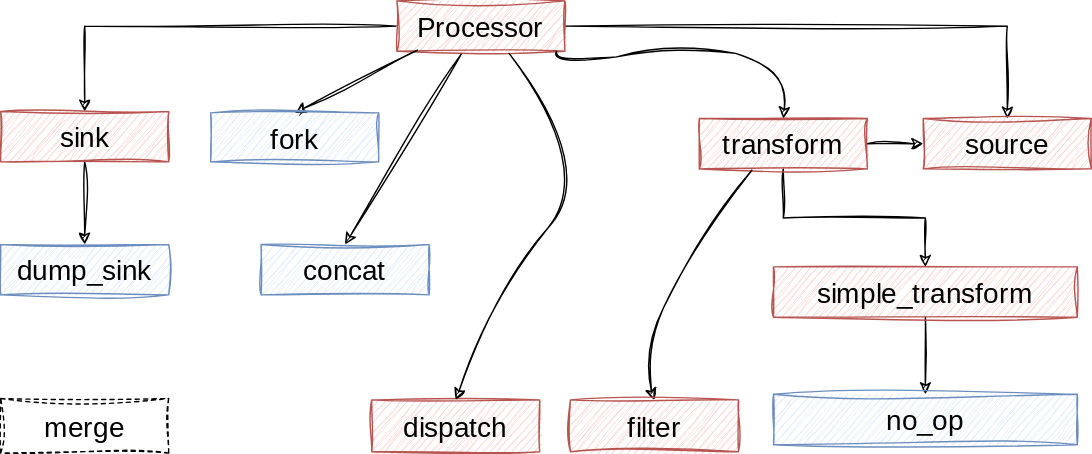
Before: nodes.svg, a diagram exported from draw.io (chloro-pn/draw_io_repo). Source tidied: cells renumbered, new cells last; positions are measured from the earlier drawing's top-left corner, leaving out a move shared by most shapes. Its diagram source:
```xml
<mxGraphModel>
  <root>
    <mxCell id="0" />
    <mxCell id="1" parent="0" />
    <mxCell id="2" style="edgeStyle=orthogonalEdgeStyle;rounded=0;sketch=1;hachureGap=4;jiggle=2;curveFitting=1;jettySize=auto;html=1;fontFamily=Architects Daughter;fontSource=https%3A%2F%2Ffonts.googleapis.com%2Fcss%3Ffamily%3DArchitects%2BDaughter;fontSize=16;" parent="1" edge="1" source="4" target="9">
      <mxGeometry relative="1" as="geometry" />
    </mxCell>
    <mxCell id="3" style="edgeStyle=orthogonalEdgeStyle;rounded=0;sketch=1;hachureGap=4;jiggle=2;curveFitting=1;jettySize=auto;html=1;fontFamily=Architects Daughter;fontSource=https%3A%2F%2Ffonts.googleapis.com%2Fcss%3Ffamily%3DArchitects%2BDaughter;fontSize=16;" parent="1" edge="1" source="4" target="10">
      <mxGeometry relative="1" as="geometry" />
    </mxCell>
    <mxCell id="4" value="Processor" style="rounded=0;whiteSpace=wrap;html=1;sketch=1;hachureGap=4;jiggle=2;curveFitting=1;fontFamily=Architects Daughter;fontSource=https%3A%2F%2Ffonts.googleapis.com%2Fcss%3Ffamily%3DArchitects%2BDaughter;fontSize=20;fillColor=#f8cecc;strokeColor=#b85450;" parent="1" vertex="1">
      <mxGeometry x="283" width="120" height="36" as="geometry" />
    </mxCell>
    <mxCell id="5" style="edgeStyle=orthogonalEdgeStyle;rounded=0;sketch=1;hachureGap=4;jiggle=2;curveFitting=1;jettySize=auto;html=1;fontFamily=Architects Daughter;fontSource=https%3A%2F%2Ffonts.googleapis.com%2Fcss%3Ffamily%3DArchitects%2BDaughter;fontSize=16;" parent="1" edge="1" source="7" target="12">
      <mxGeometry relative="1" as="geometry" />
    </mxCell>
    <mxCell id="6" style="edgeStyle=orthogonalEdgeStyle;rounded=0;sketch=1;hachureGap=4;jiggle=2;curveFitting=1;jettySize=auto;html=1;fontFamily=Architects Daughter;fontSource=https%3A%2F%2Ffonts.googleapis.com%2Fcss%3Ffamily%3DArchitects%2BDaughter;fontSize=16;" parent="1" edge="1" source="7" target="10">
      <mxGeometry relative="1" as="geometry" />
    </mxCell>
    <mxCell id="7" value="transform" style="rounded=0;whiteSpace=wrap;html=1;sketch=1;hachureGap=4;jiggle=2;curveFitting=1;fontFamily=Architects Daughter;fontSource=https%3A%2F%2Ffonts.googleapis.com%2Fcss%3Ffamily%3DArchitects%2BDaughter;fontSize=20;fillColor=#f8cecc;strokeColor=#b85450;" parent="1" vertex="1">
      <mxGeometry x="499" y="84" width="120" height="36" as="geometry" />
    </mxCell>
    <mxCell id="8" style="edgeStyle=orthogonalEdgeStyle;rounded=0;sketch=1;hachureGap=4;jiggle=2;curveFitting=1;jettySize=auto;html=1;fontFamily=Architects Daughter;fontSource=https%3A%2F%2Ffonts.googleapis.com%2Fcss%3Ffamily%3DArchitects%2BDaughter;fontSize=16;" parent="1" edge="1" source="9" target="13">
      <mxGeometry relative="1" as="geometry" />
    </mxCell>
    <mxCell id="9" value="sink" style="rounded=0;whiteSpace=wrap;html=1;sketch=1;hachureGap=4;jiggle=2;curveFitting=1;fontFamily=Architects Daughter;fontSource=https%3A%2F%2Ffonts.googleapis.com%2Fcss%3Ffamily%3DArchitects%2BDaughter;fontSize=20;fillColor=#f8cecc;strokeColor=#b85450;" parent="1" vertex="1">
      <mxGeometry y="79" width="120" height="36" as="geometry" />
    </mxCell>
    <mxCell id="10" value="source" style="rounded=0;whiteSpace=wrap;html=1;sketch=1;hachureGap=4;jiggle=2;curveFitting=1;fontFamily=Architects Daughter;fontSource=https%3A%2F%2Ffonts.googleapis.com%2Fcss%3Ffamily%3DArchitects%2BDaughter;fontSize=20;fillColor=#f8cecc;strokeColor=#b85450;" parent="1" vertex="1">
      <mxGeometry x="659" y="84" width="120" height="36" as="geometry" />
    </mxCell>
    <mxCell id="11" style="edgeStyle=orthogonalEdgeStyle;rounded=0;sketch=1;hachureGap=4;jiggle=2;curveFitting=1;jettySize=auto;html=1;fontFamily=Architects Daughter;fontSource=https%3A%2F%2Ffonts.googleapis.com%2Fcss%3Ffamily%3DArchitects%2BDaughter;fontSize=16;" parent="1" edge="1" source="12" target="14">
      <mxGeometry relative="1" as="geometry" />
    </mxCell>
    <mxCell id="12" value="simple_transform" style="rounded=0;whiteSpace=wrap;html=1;sketch=1;hachureGap=4;jiggle=2;curveFitting=1;fontFamily=Architects Daughter;fontSource=https%3A%2F%2Ffonts.googleapis.com%2Fcss%3Ffamily%3DArchitects%2BDaughter;fontSize=20;fillColor=#f8cecc;strokeColor=#b85450;" parent="1" vertex="1">
      <mxGeometry x="552" y="190" width="217" height="36" as="geometry" />
    </mxCell>
    <mxCell id="13" value="dump_sink" style="rounded=0;whiteSpace=wrap;html=1;sketch=1;hachureGap=4;jiggle=2;curveFitting=1;fontFamily=Architects Daughter;fontSource=https%3A%2F%2Ffonts.googleapis.com%2Fcss%3Ffamily%3DArchitects%2BDaughter;fontSize=20;fillColor=#dae8fc;strokeColor=#6c8ebf;" parent="1" vertex="1">
      <mxGeometry y="174" width="120" height="36" as="geometry" />
    </mxCell>
    <mxCell id="14" value="no_op" style="rounded=0;whiteSpace=wrap;html=1;sketch=1;hachureGap=4;jiggle=2;curveFitting=1;fontFamily=Architects Daughter;fontSource=https%3A%2F%2Ffonts.googleapis.com%2Fcss%3Ffamily%3DArchitects%2BDaughter;fontSize=20;fillColor=#dae8fc;strokeColor=#6c8ebf;" parent="1" vertex="1">
      <mxGeometry x="552" y="281" width="217" height="36" as="geometry" />
    </mxCell>
    <mxCell id="15" style="endArrow=classic;html=1;rounded=0;sketch=1;hachureGap=4;jiggle=2;curveFitting=1;fontFamily=Architects Daughter;fontSource=https%3A%2F%2Ffonts.googleapis.com%2Fcss%3Ffamily%3DArchitects%2BDaughter;fontSize=16;exitX=0.122;exitY=0.979;exitDx=0;exitDy=0;exitPerimeter=0;entryX=0.5;entryY=0;entryDx=0;entryDy=0;" parent="1" edge="1" source="4" target="16">
      <mxGeometry relative="1" as="geometry" />
    </mxCell>
    <mxCell id="16" value="fork" style="rounded=0;whiteSpace=wrap;html=1;sketch=1;hachureGap=4;jiggle=2;curveFitting=1;fontFamily=Architects Daughter;fontSource=https%3A%2F%2Ffonts.googleapis.com%2Fcss%3Ffamily%3DArchitects%2BDaughter;fontSize=20;fillColor=#dae8fc;strokeColor=#6c8ebf;" parent="1" vertex="1">
      <mxGeometry x="150" y="80" width="120" height="35" as="geometry" />
    </mxCell>
    <mxCell id="17" style="curved=1;endArrow=classic;html=1;rounded=0;sketch=1;hachureGap=4;jiggle=2;curveFitting=1;fontFamily=Architects Daughter;fontSource=https%3A%2F%2Ffonts.googleapis.com%2Fcss%3Ffamily%3DArchitects%2BDaughter;fontSize=16;entryX=0.5;entryY=0;entryDx=0;entryDy=0;" parent="1" edge="1" target="7">
      <mxGeometry relative="1" as="geometry">
        <mxPoint x="397" y="36" as="sourcePoint" />
        <Array as="points">
          <mxPoint x="393" y="49" />
          <mxPoint x="487" y="31" />
          <mxPoint x="563" y="44" />
        </Array>
      </mxGeometry>
    </mxCell>
    <mxCell id="18" style="endArrow=classic;html=1;rounded=0;sketch=1;hachureGap=4;jiggle=2;curveFitting=1;fontFamily=Architects Daughter;fontSource=https%3A%2F%2Ffonts.googleapis.com%2Fcss%3Ffamily%3DArchitects%2BDaughter;fontSize=16;exitX=0.383;exitY=1.056;exitDx=0;exitDy=0;exitPerimeter=0;entryX=0.5;entryY=0;entryDx=0;entryDy=0;" parent="1" edge="1" source="4" target="19">
      <mxGeometry relative="1" as="geometry" />
    </mxCell>
    <mxCell id="19" value="concat" style="rounded=0;whiteSpace=wrap;html=1;sketch=1;hachureGap=4;jiggle=2;curveFitting=1;fontFamily=Architects Daughter;fontSource=https%3A%2F%2Ffonts.googleapis.com%2Fcss%3Ffamily%3DArchitects%2BDaughter;fontSize=20;fillColor=#dae8fc;strokeColor=#6c8ebf;" parent="1" vertex="1">
      <mxGeometry x="186" y="174" width="120" height="36" as="geometry" />
    </mxCell>
    <mxCell id="20" value="dispatch" style="rounded=0;whiteSpace=wrap;html=1;sketch=1;hachureGap=4;jiggle=2;curveFitting=1;fontFamily=Architects Daughter;fontSource=https%3A%2F%2Ffonts.googleapis.com%2Fcss%3Ffamily%3DArchitects%2BDaughter;fontSize=20;fillColor=#f8cecc;strokeColor=#b85450;" parent="1" vertex="1">
      <mxGeometry x="265" y="285" width="120" height="37" as="geometry" />
    </mxCell>
    <mxCell id="21" style="curved=1;endArrow=classic;html=1;rounded=0;sketch=1;hachureGap=4;jiggle=2;curveFitting=1;fontFamily=Architects Daughter;fontSource=https%3A%2F%2Ffonts.googleapis.com%2Fcss%3Ffamily%3DArchitects%2BDaughter;fontSize=16;exitX=0.313;exitY=1.026;exitDx=0;exitDy=0;exitPerimeter=0;entryX=0.5;entryY=0;entryDx=0;entryDy=0;" parent="1" edge="1" source="7" target="23">
      <mxGeometry relative="1" as="geometry">
        <Array as="points">
          <mxPoint x="489" y="178" />
          <mxPoint x="458" y="260" />
        </Array>
      </mxGeometry>
    </mxCell>
    <mxCell id="22" style="curved=1;endArrow=classic;html=1;rounded=0;sketch=1;hachureGap=4;jiggle=2;curveFitting=1;fontFamily=Architects Daughter;fontSource=https%3A%2F%2Ffonts.googleapis.com%2Fcss%3Ffamily%3DArchitects%2BDaughter;fontSize=16;exitX=0.668;exitY=1.042;exitDx=0;exitDy=0;exitPerimeter=0;entryX=0.5;entryY=0;entryDx=0;entryDy=0;" parent="1" edge="1" source="4" target="20">
      <mxGeometry relative="1" as="geometry">
        <Array as="points">
          <mxPoint x="426" y="120" />
          <mxPoint x="356" y="204" />
        </Array>
      </mxGeometry>
    </mxCell>
    <mxCell id="23" value="filter" style="rounded=0;whiteSpace=wrap;html=1;sketch=1;hachureGap=4;jiggle=2;curveFitting=1;fontFamily=Architects Daughter;fontSource=https%3A%2F%2Ffonts.googleapis.com%2Fcss%3Ffamily%3DArchitects%2BDaughter;fontSize=20;fillColor=#f8cecc;strokeColor=#b85450;" parent="1" vertex="1">
      <mxGeometry x="407" y="285" width="120" height="37" as="geometry" />
    </mxCell>
    <mxCell id="24" value="merge" style="rounded=0;whiteSpace=wrap;html=1;sketch=1;hachureGap=4;jiggle=2;curveFitting=1;fontFamily=Architects Daughter;fontSource=https%3A%2F%2Ffonts.googleapis.com%2Fcss%3Ffamily%3DArchitects%2BDaughter;fontSize=20;dashed=1;" parent="1" vertex="1">
      <mxGeometry y="284" width="120" height="39" as="geometry" />
    </mxCell>
  </root>
</mxGraphModel>
```
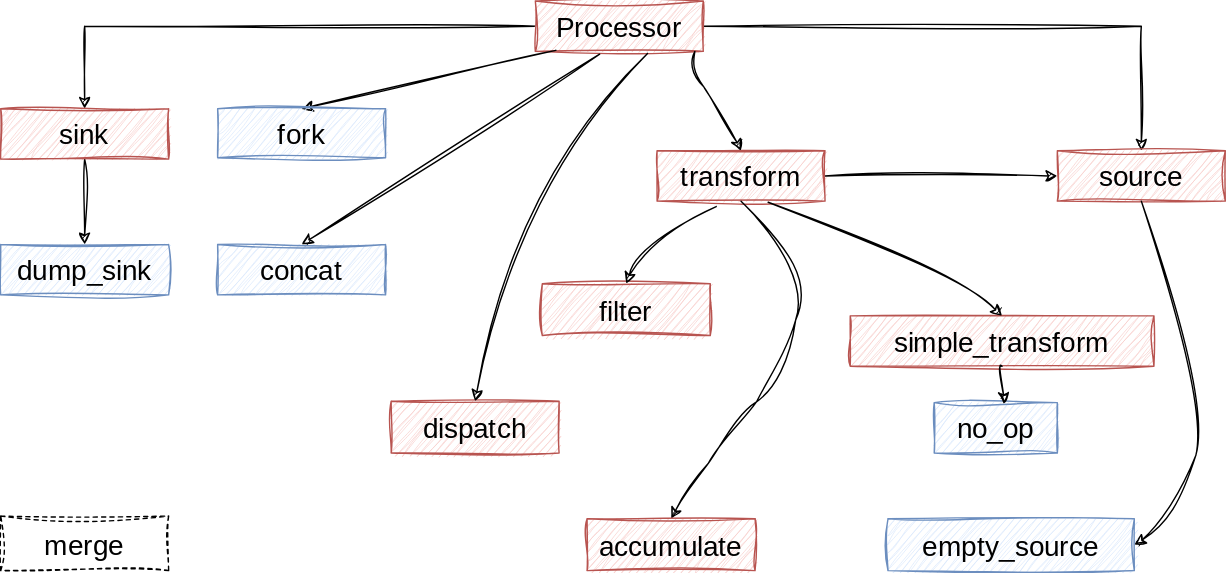
After the commit.

The edit, as a diff of the source:
```diff
@@ -11,49 +11,42 @@
     <mxCell id="4" value="Processor" style="rounded=0;whiteSpace=wrap;html=1;sketch=1;hachureGap=4;jiggle=2;curveFitting=1;fontFamily=Architects Daughter;fontSource=https%3A%2F%2Ffonts.googleapis.com%2Fcss%3Ffamily%3DArchitects%2BDaughter;fontSize=20;fillColor=#f8cecc;strokeColor=#b85450;" parent="1" vertex="1">
       <mxGeometry x="283" width="120" height="36" as="geometry" />
     </mxCell>
-    <mxCell id="5" style="edgeStyle=orthogonalEdgeStyle;rounded=0;sketch=1;hachureGap=4;jiggle=2;curveFitting=1;jettySize=auto;html=1;fontFamily=Architects Daughter;fontSource=https%3A%2F%2Ffonts.googleapis.com%2Fcss%3Ffamily%3DArchitects%2BDaughter;fontSize=16;" parent="1" edge="1" source="7" target="12">
-      <mxGeometry relative="1" as="geometry" />
-    </mxCell>
     <mxCell id="6" style="edgeStyle=orthogonalEdgeStyle;rounded=0;sketch=1;hachureGap=4;jiggle=2;curveFitting=1;jettySize=auto;html=1;fontFamily=Architects Daughter;fontSource=https%3A%2F%2Ffonts.googleapis.com%2Fcss%3Ffamily%3DArchitects%2BDaughter;fontSize=16;" parent="1" edge="1" source="7" target="10">
       <mxGeometry relative="1" as="geometry" />
     </mxCell>
     <mxCell id="7" value="transform" style="rounded=0;whiteSpace=wrap;html=1;sketch=1;hachureGap=4;jiggle=2;curveFitting=1;fontFamily=Architects Daughter;fontSource=https%3A%2F%2Ffonts.googleapis.com%2Fcss%3Ffamily%3DArchitects%2BDaughter;fontSize=20;fillColor=#f8cecc;strokeColor=#b85450;" parent="1" vertex="1">
-      <mxGeometry x="499" y="84" width="120" height="36" as="geometry" />
+      <mxGeometry x="370" y="107" width="120" height="36" as="geometry" />
     </mxCell>
     <mxCell id="8" style="edgeStyle=orthogonalEdgeStyle;rounded=0;sketch=1;hachureGap=4;jiggle=2;curveFitting=1;jettySize=auto;html=1;fontFamily=Architects Daughter;fontSource=https%3A%2F%2Ffonts.googleapis.com%2Fcss%3Ffamily%3DArchitects%2BDaughter;fontSize=16;" parent="1" edge="1" source="9" target="13">
       <mxGeometry relative="1" as="geometry" />
     </mxCell>
     <mxCell id="9" value="sink" style="rounded=0;whiteSpace=wrap;html=1;sketch=1;hachureGap=4;jiggle=2;curveFitting=1;fontFamily=Architects Daughter;fontSource=https%3A%2F%2Ffonts.googleapis.com%2Fcss%3Ffamily%3DArchitects%2BDaughter;fontSize=20;fillColor=#f8cecc;strokeColor=#b85450;" parent="1" vertex="1">
-      <mxGeometry y="79" width="120" height="36" as="geometry" />
+      <mxGeometry x="-99" y="77" width="120" height="36" as="geometry" />
     </mxCell>
     <mxCell id="10" value="source" style="rounded=0;whiteSpace=wrap;html=1;sketch=1;hachureGap=4;jiggle=2;curveFitting=1;fontFamily=Architects Daughter;fontSource=https%3A%2F%2Ffonts.googleapis.com%2Fcss%3Ffamily%3DArchitects%2BDaughter;fontSize=20;fillColor=#f8cecc;strokeColor=#b85450;" parent="1" vertex="1">
-      <mxGeometry x="659" y="84" width="120" height="36" as="geometry" />
+      <mxGeometry x="656" y="107" width="120" height="36" as="geometry" />
     </mxCell>
-    <mxCell id="11" style="edgeStyle=orthogonalEdgeStyle;rounded=0;sketch=1;hachureGap=4;jiggle=2;curveFitting=1;jettySize=auto;html=1;fontFamily=Architects Daughter;fontSource=https%3A%2F%2Ffonts.googleapis.com%2Fcss%3Ffamily%3DArchitects%2BDaughter;fontSize=16;" parent="1" edge="1" source="12" target="14">
-      <mxGeometry relative="1" as="geometry" />
-    </mxCell>
     <mxCell id="12" value="simple_transform" style="rounded=0;whiteSpace=wrap;html=1;sketch=1;hachureGap=4;jiggle=2;curveFitting=1;fontFamily=Architects Daughter;fontSource=https%3A%2F%2Ffonts.googleapis.com%2Fcss%3Ffamily%3DArchitects%2BDaughter;fontSize=20;fillColor=#f8cecc;strokeColor=#b85450;" parent="1" vertex="1">
-      <mxGeometry x="552" y="190" width="217" height="36" as="geometry" />
+      <mxGeometry x="508" y="225" width="217" height="36" as="geometry" />
     </mxCell>
     <mxCell id="13" value="dump_sink" style="rounded=0;whiteSpace=wrap;html=1;sketch=1;hachureGap=4;jiggle=2;curveFitting=1;fontFamily=Architects Daughter;fontSource=https%3A%2F%2Ffonts.googleapis.com%2Fcss%3Ffamily%3DArchitects%2BDaughter;fontSize=20;fillColor=#dae8fc;strokeColor=#6c8ebf;" parent="1" vertex="1">
-      <mxGeometry y="174" width="120" height="36" as="geometry" />
+      <mxGeometry x="-99" y="174" width="120" height="36" as="geometry" />
     </mxCell>
     <mxCell id="14" value="no_op" style="rounded=0;whiteSpace=wrap;html=1;sketch=1;hachureGap=4;jiggle=2;curveFitting=1;fontFamily=Architects Daughter;fontSource=https%3A%2F%2Ffonts.googleapis.com%2Fcss%3Ffamily%3DArchitects%2BDaughter;fontSize=20;fillColor=#dae8fc;strokeColor=#6c8ebf;" parent="1" vertex="1">
-      <mxGeometry x="552" y="281" width="217" height="36" as="geometry" />
+      <mxGeometry x="568" y="287" width="88" height="36" as="geometry" />
     </mxCell>
     <mxCell id="15" style="endArrow=classic;html=1;rounded=0;sketch=1;hachureGap=4;jiggle=2;curveFitting=1;fontFamily=Architects Daughter;fontSource=https%3A%2F%2Ffonts.googleapis.com%2Fcss%3Ffamily%3DArchitects%2BDaughter;fontSize=16;exitX=0.122;exitY=0.979;exitDx=0;exitDy=0;exitPerimeter=0;entryX=0.5;entryY=0;entryDx=0;entryDy=0;" parent="1" edge="1" source="4" target="16">
       <mxGeometry relative="1" as="geometry" />
     </mxCell>
     <mxCell id="16" value="fork" style="rounded=0;whiteSpace=wrap;html=1;sketch=1;hachureGap=4;jiggle=2;curveFitting=1;fontFamily=Architects Daughter;fontSource=https%3A%2F%2Ffonts.googleapis.com%2Fcss%3Ffamily%3DArchitects%2BDaughter;fontSize=20;fillColor=#dae8fc;strokeColor=#6c8ebf;" parent="1" vertex="1">
-      <mxGeometry x="150" y="80" width="120" height="35" as="geometry" />
+      <mxGeometry x="56" y="77" width="120" height="35" as="geometry" />
     </mxCell>
     <mxCell id="17" style="curved=1;endArrow=classic;html=1;rounded=0;sketch=1;hachureGap=4;jiggle=2;curveFitting=1;fontFamily=Architects Daughter;fontSource=https%3A%2F%2Ffonts.googleapis.com%2Fcss%3Ffamily%3DArchitects%2BDaughter;fontSize=16;entryX=0.5;entryY=0;entryDx=0;entryDy=0;" parent="1" edge="1" target="7">
       <mxGeometry relative="1" as="geometry">
         <mxPoint x="397" y="36" as="sourcePoint" />
         <Array as="points">
           <mxPoint x="393" y="49" />
-          <mxPoint x="487" y="31" />
-          <mxPoint x="563" y="44" />
+          <mxPoint x="414" y="74" />
         </Array>
       </mxGeometry>
     </mxCell>
@@ -61,32 +54,64 @@
       <mxGeometry relative="1" as="geometry" />
     </mxCell>
     <mxCell id="19" value="concat" style="rounded=0;whiteSpace=wrap;html=1;sketch=1;hachureGap=4;jiggle=2;curveFitting=1;fontFamily=Architects Daughter;fontSource=https%3A%2F%2Ffonts.googleapis.com%2Fcss%3Ffamily%3DArchitects%2BDaughter;fontSize=20;fillColor=#dae8fc;strokeColor=#6c8ebf;" parent="1" vertex="1">
-      <mxGeometry x="186" y="174" width="120" height="36" as="geometry" />
+      <mxGeometry x="56" y="174" width="120" height="36" as="geometry" />
     </mxCell>
     <mxCell id="20" value="dispatch" style="rounded=0;whiteSpace=wrap;html=1;sketch=1;hachureGap=4;jiggle=2;curveFitting=1;fontFamily=Architects Daughter;fontSource=https%3A%2F%2Ffonts.googleapis.com%2Fcss%3Ffamily%3DArchitects%2BDaughter;fontSize=20;fillColor=#f8cecc;strokeColor=#b85450;" parent="1" vertex="1">
-      <mxGeometry x="265" y="285" width="120" height="37" as="geometry" />
+      <mxGeometry x="180" y="286" width="120" height="37" as="geometry" />
     </mxCell>
-    <mxCell id="21" style="curved=1;endArrow=classic;html=1;rounded=0;sketch=1;hachureGap=4;jiggle=2;curveFitting=1;fontFamily=Architects Daughter;fontSource=https%3A%2F%2Ffonts.googleapis.com%2Fcss%3Ffamily%3DArchitects%2BDaughter;fontSize=16;exitX=0.313;exitY=1.026;exitDx=0;exitDy=0;exitPerimeter=0;entryX=0.5;entryY=0;entryDx=0;entryDy=0;" parent="1" edge="1" source="7" target="23">
-      <mxGeometry relative="1" as="geometry">
-        <Array as="points">
-          <mxPoint x="489" y="178" />
-          <mxPoint x="458" y="260" />
-        </Array>
-      </mxGeometry>
-    </mxCell>
     <mxCell id="22" style="curved=1;endArrow=classic;html=1;rounded=0;sketch=1;hachureGap=4;jiggle=2;curveFitting=1;fontFamily=Architects Daughter;fontSource=https%3A%2F%2Ffonts.googleapis.com%2Fcss%3Ffamily%3DArchitects%2BDaughter;fontSize=16;exitX=0.668;exitY=1.042;exitDx=0;exitDy=0;exitPerimeter=0;entryX=0.5;entryY=0;entryDx=0;entryDy=0;" parent="1" edge="1" source="4" target="20">
       <mxGeometry relative="1" as="geometry">
         <Array as="points">
-          <mxPoint x="426" y="120" />
-          <mxPoint x="356" y="204" />
+          <mxPoint x="268" y="130" />
         </Array>
       </mxGeometry>
     </mxCell>
     <mxCell id="23" value="filter" style="rounded=0;whiteSpace=wrap;html=1;sketch=1;hachureGap=4;jiggle=2;curveFitting=1;fontFamily=Architects Daughter;fontSource=https%3A%2F%2Ffonts.googleapis.com%2Fcss%3Ffamily%3DArchitects%2BDaughter;fontSize=20;fillColor=#f8cecc;strokeColor=#b85450;" parent="1" vertex="1">
-      <mxGeometry x="407" y="285" width="120" height="37" as="geometry" />
+      <mxGeometry x="288" y="202" width="120" height="37" as="geometry" />
     </mxCell>
     <mxCell id="24" value="merge" style="rounded=0;whiteSpace=wrap;html=1;sketch=1;hachureGap=4;jiggle=2;curveFitting=1;fontFamily=Architects Daughter;fontSource=https%3A%2F%2Ffonts.googleapis.com%2Fcss%3Ffamily%3DArchitects%2BDaughter;fontSize=20;dashed=1;" parent="1" vertex="1">
-      <mxGeometry y="284" width="120" height="39" as="geometry" />
+      <mxGeometry x="-99" y="368" width="120" height="39" as="geometry" />
     </mxCell>
+    <mxCell id="25" style="curved=1;endArrow=classic;html=1;rounded=0;sketch=1;hachureGap=4;jiggle=2;curveFitting=1;fontFamily=Architects Daughter;fontSource=https%3A%2F%2Ffonts.googleapis.com%2Fcss%3Ffamily%3DArchitects%2BDaughter;fontSize=16;exitX=0.5;exitY=1;exitDx=0;exitDy=0;entryX=1;entryY=0.5;entryDx=0;entryDy=0;" parent="1" edge="1" source="10" target="26">
+      <mxGeometry relative="1" as="geometry">
+        <Array as="points">
+          <mxPoint x="767" y="280" />
+          <mxPoint x="743" y="369" />
+        </Array>
+      </mxGeometry>
+    </mxCell>
+    <mxCell id="26" value="empty_source" style="rounded=0;whiteSpace=wrap;html=1;sketch=1;hachureGap=4;jiggle=2;curveFitting=1;fontFamily=Architects Daughter;fontSource=https%3A%2F%2Ffonts.googleapis.com%2Fcss%3Ffamily%3DArchitects%2BDaughter;fontSize=20;fillColor=#dae8fc;strokeColor=#6c8ebf;" parent="1" vertex="1">
+      <mxGeometry x="535" y="370" width="176" height="37" as="geometry" />
+    </mxCell>
+    <mxCell id="11" style="curved=1;endArrow=classic;html=1;rounded=0;sketch=1;hachureGap=4;jiggle=2;curveFitting=1;fontFamily=Architects Daughter;fontSource=https%3A%2F%2Ffonts.googleapis.com%2Fcss%3Ffamily%3DArchitects%2BDaughter;fontSize=16;exitX=0.5;exitY=1;exitDx=0;exitDy=0;entryX=0.567;entryY=0.028;entryDx=0;entryDy=0;entryPerimeter=0;" parent="1" edge="1" source="12" target="14">
+      <mxGeometry relative="1" as="geometry" />
+    </mxCell>
+    <mxCell id="5" style="curved=1;endArrow=classic;html=1;rounded=0;sketch=1;hachureGap=4;jiggle=2;curveFitting=1;fontFamily=Architects Daughter;fontSource=https%3A%2F%2Ffonts.googleapis.com%2Fcss%3Ffamily%3DArchitects%2BDaughter;fontSize=16;exitX=0.661;exitY=1.022;exitDx=0;exitDy=0;entryX=0.5;entryY=0;entryDx=0;entryDy=0;exitPerimeter=0;" parent="1" edge="1" source="7" target="12">
+      <mxGeometry relative="1" as="geometry">
+        <Array as="points">
+          <mxPoint x="585" y="196" />
+        </Array>
+      </mxGeometry>
+    </mxCell>
+    <mxCell id="27" style="curved=1;endArrow=classic;html=1;rounded=0;sketch=1;hachureGap=4;jiggle=2;curveFitting=1;fontFamily=Architects Daughter;fontSource=https%3A%2F%2Ffonts.googleapis.com%2Fcss%3Ffamily%3DArchitects%2BDaughter;fontSize=16;exitX=0.5;exitY=1;exitDx=0;exitDy=0;entryX=0.5;entryY=0;entryDx=0;entryDy=0;" parent="1" edge="1" source="7" target="28">
+      <mxGeometry relative="1" as="geometry">
+        <Array as="points">
+          <mxPoint x="481" y="189" />
+          <mxPoint x="457" y="267" />
+          <mxPoint x="425" y="306" />
+          <mxPoint x="388" y="355" />
+        </Array>
+      </mxGeometry>
+    </mxCell>
+    <mxCell id="21" style="curved=1;endArrow=classic;html=1;rounded=0;sketch=1;hachureGap=4;jiggle=2;curveFitting=1;fontFamily=Architects Daughter;fontSource=https%3A%2F%2Ffonts.googleapis.com%2Fcss%3Ffamily%3DArchitects%2BDaughter;fontSize=16;exitX=0.352;exitY=1.108;exitDx=0;exitDy=0;exitPerimeter=0;entryX=0.5;entryY=0;entryDx=0;entryDy=0;" parent="1" edge="1" source="7" target="23">
+      <mxGeometry relative="1" as="geometry">
+        <Array as="points">
+          <mxPoint x="358" y="174" />
+        </Array>
+      </mxGeometry>
+    </mxCell>
+    <mxCell id="28" value="accumulate" style="rounded=0;whiteSpace=wrap;html=1;sketch=1;hachureGap=4;jiggle=2;curveFitting=1;fontFamily=Architects Daughter;fontSource=https%3A%2F%2Ffonts.googleapis.com%2Fcss%3Ffamily%3DArchitects%2BDaughter;fontSize=20;fillColor=#f8cecc;strokeColor=#b85450;" parent="1" vertex="1">
+      <mxGeometry x="320" y="370" width="120" height="37" as="geometry" />
+    </mxCell>
   </root>
 </mxGraphModel>
```
